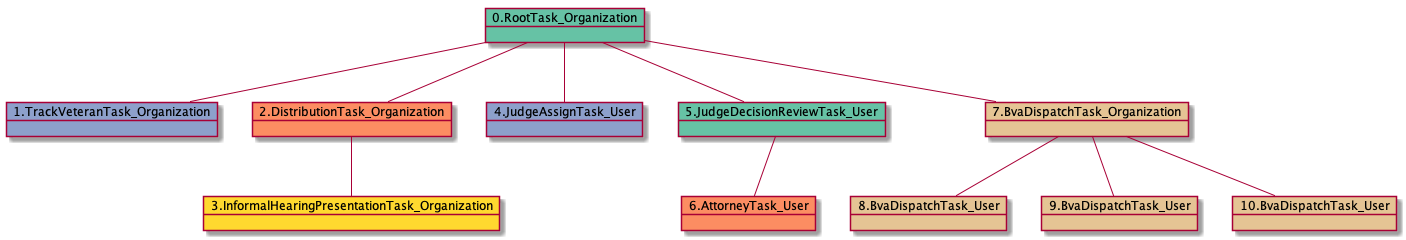
yoomlam/graphing keeps this PlantUML diagram as docs-DR/uml/RTO.TVTO.DTO.IHPTO.JATU.JDRTU.ATU-34538.png. Above is the earlier version. Its diagram source:
```plantuml
@startuml
object 0.RootTask_Organization #66c2a5
object 1.TrackVeteranTask_Organization #8da0cb
object 2.DistributionTask_Organization #fc8d62
object 3.InformalHearingPresentationTask_Organization #ffd92f
object 4.JudgeAssignTask_User #8da0cb
object 5.JudgeDecisionReviewTask_User #66c2a5
object 6.AttorneyTask_User #fc8d62
object 7.BvaDispatchTask_Organization #e5c494
object 8.BvaDispatchTask_User #e5c494
object 9.BvaDispatchTask_User #e5c494
object 10.BvaDispatchTask_User #e5c494
0.RootTask_Organization -- 1.TrackVeteranTask_Organization
0.RootTask_Organization -- 2.DistributionTask_Organization
2.DistributionTask_Organization -- 3.InformalHearingPresentationTask_Organization
0.RootTask_Organization -- 4.JudgeAssignTask_User
0.RootTask_Organization -- 5.JudgeDecisionReviewTask_User
5.JudgeDecisionReviewTask_User -- 6.AttorneyTask_User
0.RootTask_Organization -- 7.BvaDispatchTask_Organization
7.BvaDispatchTask_Organization -- 8.BvaDispatchTask_User
7.BvaDispatchTask_Organization -- 9.BvaDispatchTask_User
7.BvaDispatchTask_Organization -- 10.BvaDispatchTask_User
@enduml
```
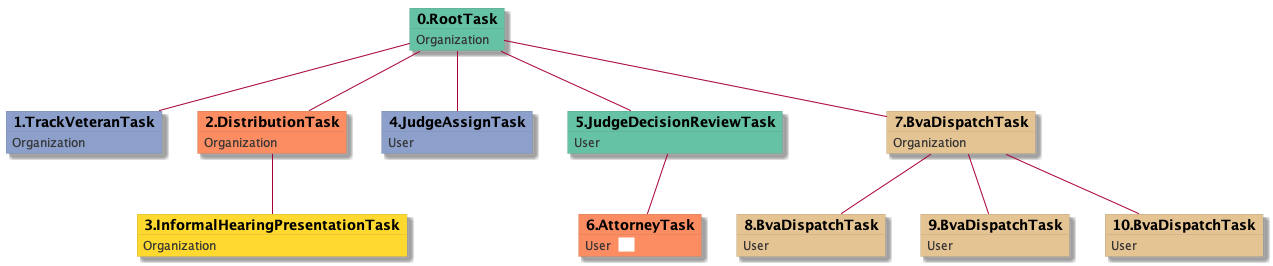
Later version of the same file.

The edit, as a diff of the source:
```diff
@@ -1,23 +1,53 @@
 @startuml
-object 0.RootTask_Organization #66c2a5
-object 1.TrackVeteranTask_Organization #8da0cb
-object 2.DistributionTask_Organization #fc8d62
-object 3.InformalHearingPresentationTask_Organization #ffd92f
-object 4.JudgeAssignTask_User #8da0cb
-object 5.JudgeDecisionReviewTask_User #66c2a5
-object 6.AttorneyTask_User #fc8d62
-object 7.BvaDispatchTask_Organization #e5c494
-object 8.BvaDispatchTask_User #e5c494
-object 9.BvaDispatchTask_User #e5c494
-object 10.BvaDispatchTask_User #e5c494
-0.RootTask_Organization -- 1.TrackVeteranTask_Organization
-0.RootTask_Organization -- 2.DistributionTask_Organization
-2.DistributionTask_Organization -- 3.InformalHearingPresentationTask_Organization
-0.RootTask_Organization -- 4.JudgeAssignTask_User
-0.RootTask_Organization -- 5.JudgeDecisionReviewTask_User
-5.JudgeDecisionReviewTask_User -- 6.AttorneyTask_User
-0.RootTask_Organization -- 7.BvaDispatchTask_Organization
-7.BvaDispatchTask_Organization -- 8.BvaDispatchTask_User
-7.BvaDispatchTask_Organization -- 9.BvaDispatchTask_User
-7.BvaDispatchTask_Organization -- 10.BvaDispatchTask_User
+skinparam {
+  ObjectBorderColor #555
+  ObjectBorderThickness 0
+  ObjectFontStyle bold
+  ObjectFontSize 14
+  ObjectAttributeFontColor #333
+  ObjectAttributeFontSize 12
+}
+  object 0.RootTask #66c2a5 {
+Organization
+}
+  object 1.TrackVeteranTask #8da0cb {
+Organization
+}
+  object 2.DistributionTask #fc8d62 {
+Organization
+}
+  object 3.InformalHearingPresentationTask #ffd92f {
+Organization
+}
+  object 4.JudgeAssignTask #8da0cb {
+User
+}
+  object 5.JudgeDecisionReviewTask #66c2a5 {
+User
+}
+  object 6.AttorneyTask #fc8d62 {
+User  <back:white>    </back>
+}
+  object 7.BvaDispatchTask #e5c494 {
+Organization
+}
+  object 8.BvaDispatchTask #e5c494 {
+User
+}
+  object 9.BvaDispatchTask #e5c494 {
+User
+}
+  object 10.BvaDispatchTask #e5c494 {
+User
+}
+0.RootTask -- 1.TrackVeteranTask
+0.RootTask -- 2.DistributionTask
+2.DistributionTask -- 3.InformalHearingPresentationTask
+0.RootTask -- 4.JudgeAssignTask
+0.RootTask -- 5.JudgeDecisionReviewTask
+5.JudgeDecisionReviewTask -- 6.AttorneyTask
+0.RootTask -- 7.BvaDispatchTask
+7.BvaDispatchTask -- 8.BvaDispatchTask
+7.BvaDispatchTask -- 9.BvaDispatchTask
+7.BvaDispatchTask -- 10.BvaDispatchTask
 @enduml
```
